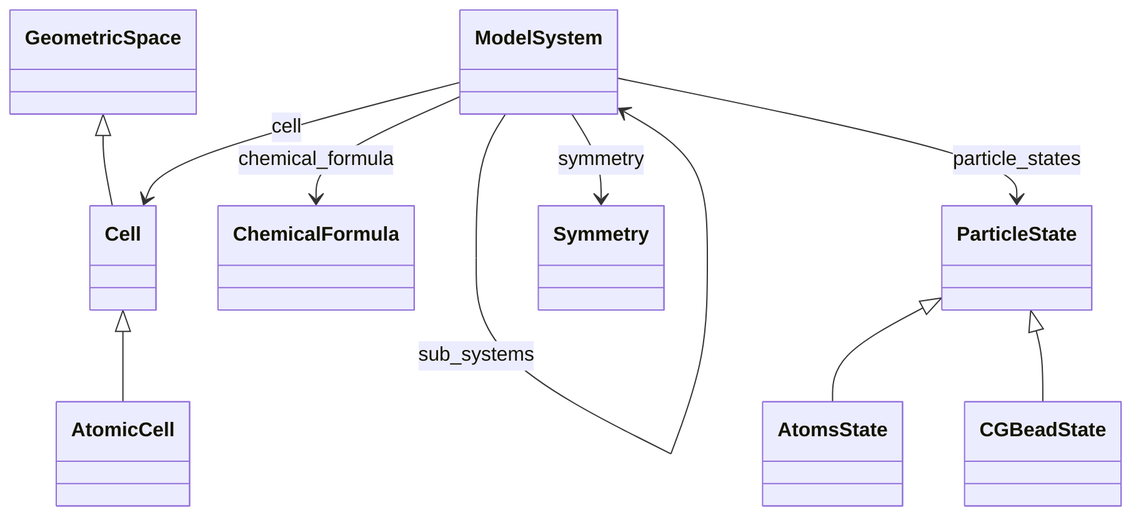
This is docs/assets/diagrams/model_system_0.png from FAIRmat-NFDI/nomad-simulations, a Mermaid export, as it was before one commit. Its source is kept beside it as docs/assets/diagrams/model_system_0.png.mmd.
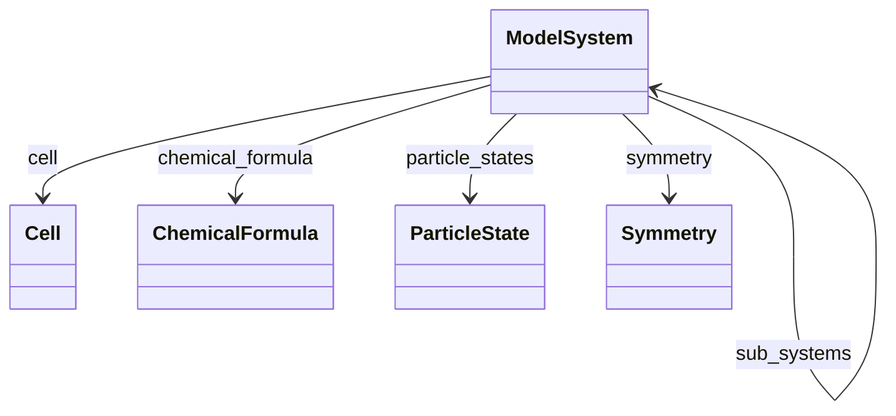
Later version of the same file.

Change to the diagram source:
```diff
@@ -1,17 +1,9 @@
 classDiagram
-    class AtomicCell
-    class AtomsState
-    class CGBeadState
     class Cell
     class ChemicalFormula
-    class GeometricSpace
     class ModelSystem
     class ParticleState
     class Symmetry
-    Cell <|-- AtomicCell
-    ParticleState <|-- AtomsState
-    ParticleState <|-- CGBeadState
-    GeometricSpace <|-- Cell
     ModelSystem --> Cell : cell
     ModelSystem --> ChemicalFormula : chemical_formula
     ModelSystem --> ModelSystem : sub_systems
```
